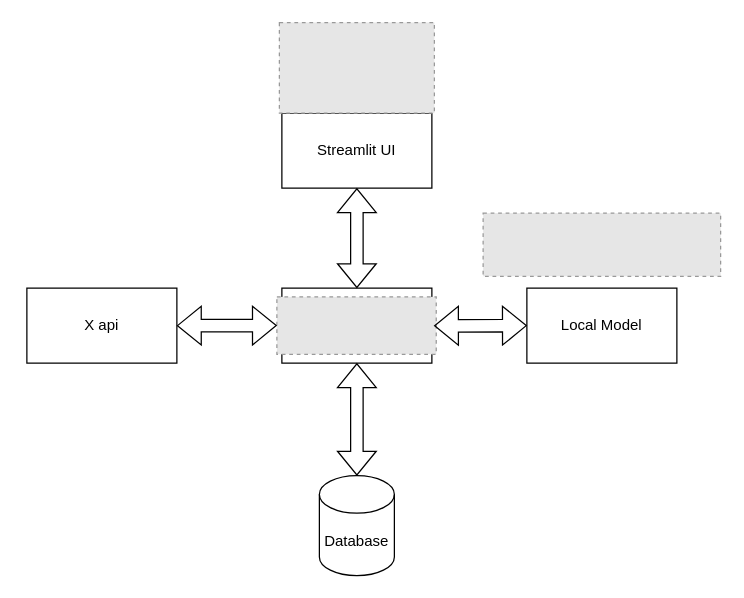
Above: OCP_diagram.drawio in Chajf/OCP_Project (draw.io), before the change. Source tidied: cells renumbered, new cells numbered last; positions are measured from the earlier drawing's top-left corner, leaving out a move shared by most shapes. Both pictures are drawn from the tidied source at 125%, with x=0, y=0 at pixel (26, 21). Pictures stored in the file or linked from it are replaced by grey dashed boxes.
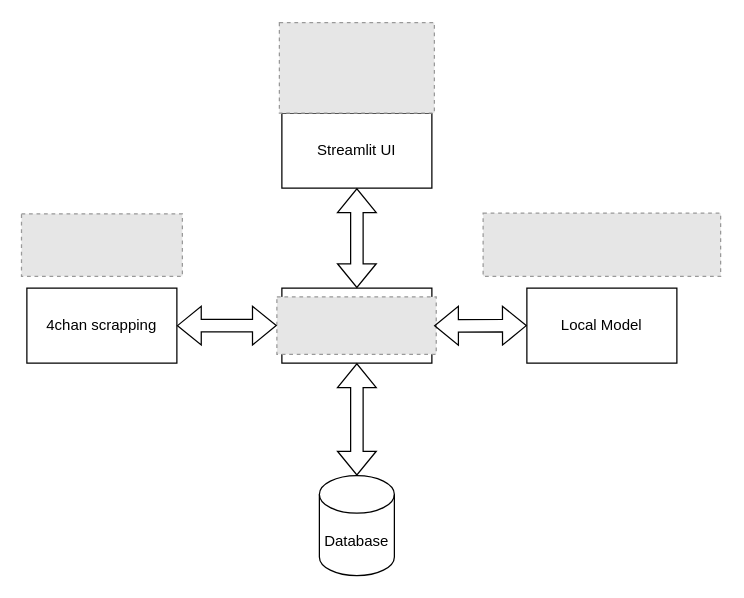
The same diagram, later.

What changed in the source:
```diff
@@
 <mxGraphModel>
   <root>
     <mxCell id="0" />
     <mxCell id="1" parent="0" />
     <mxCell id="2" value="Streamlit UI" style="rounded=0;whiteSpace=wrap;html=1;" parent="1" vertex="1">
       <mxGeometry x="204" y="73" width="120" height="60" as="geometry" />
     </mxCell>
     <mxCell id="3" style="fillColor=#E6E6E6;strokeColor=#999999;dashed=1;verticalLabelPosition=bottom;labelBackgroundColor=default;verticalAlign=top;" parent="1" vertex="1">
       <mxGeometry x="202" y="0.5" width="124" height="72.5" as="geometry" />
     </mxCell>
     <mxCell id="4" style="rounded=0;whiteSpace=wrap;html=1;" parent="1" vertex="1">
       <mxGeometry x="204" y="213" width="120" height="60" as="geometry" />
     </mxCell>
     <mxCell id="5" style="fillColor=#E6E6E6;strokeColor=#999999;dashed=1;verticalLabelPosition=bottom;labelBackgroundColor=default;verticalAlign=top;" parent="1" vertex="1">
       <mxGeometry x="200" y="220" width="127.5" height="45.9" as="geometry" />
     </mxCell>
-    <mxCell id="6" value="X api" style="rounded=0;whiteSpace=wrap;html=1;" parent="1" vertex="1">
+    <mxCell id="6" value="4chan scrapping" style="rounded=0;whiteSpace=wrap;html=1;" parent="1" vertex="1">
       <mxGeometry y="213" width="120" height="60" as="geometry" />
     </mxCell>
     <mxCell id="7" value="Local Model" style="rounded=0;whiteSpace=wrap;html=1;" parent="1" vertex="1">
       <mxGeometry x="400" y="213" width="120" height="60" as="geometry" />
     </mxCell>
     <mxCell id="8" style="fillColor=#E6E6E6;strokeColor=#999999;dashed=1;verticalLabelPosition=bottom;labelBackgroundColor=default;verticalAlign=top;" parent="1" vertex="1">
       <mxGeometry x="365" y="153" width="190" height="50.5" as="geometry" />
     </mxCell>
     <mxCell id="9" value="Database" style="shape=cylinder3;whiteSpace=wrap;html=1;boundedLbl=1;backgroundOutline=1;size=15;" parent="1" vertex="1">
       <mxGeometry x="234" y="363" width="60" height="80" as="geometry" />
     </mxCell>
     <mxCell id="10" style="shape=flexArrow;endArrow=classic;startArrow=classic;html=1;rounded=0;exitX=1;exitY=0.5;exitDx=0;exitDy=0;" parent="1" edge="1" source="6" target="5">
       <mxGeometry relative="1" as="geometry" />
     </mxCell>
     <mxCell id="11" style="shape=flexArrow;endArrow=classic;startArrow=classic;html=1;rounded=0;entryX=0.5;entryY=1;entryDx=0;entryDy=0;" parent="1" edge="1" target="2">
       <mxGeometry relative="1" as="geometry">
         <mxPoint x="264" y="213" as="sourcePoint" />
       </mxGeometry>
     </mxCell>
     <mxCell id="12" style="shape=flexArrow;endArrow=classic;startArrow=classic;html=1;rounded=0;entryX=0;entryY=0.5;entryDx=0;entryDy=0;exitX=0.986;exitY=0.504;exitDx=0;exitDy=0;exitPerimeter=0;" parent="1" edge="1" source="5" target="7">
       <mxGeometry relative="1" as="geometry" />
     </mxCell>
     <mxCell id="13" style="shape=flexArrow;endArrow=classic;startArrow=classic;html=1;rounded=0;exitX=0.5;exitY=0;exitDx=0;exitDy=0;exitPerimeter=0;entryX=0.5;entryY=1;entryDx=0;entryDy=0;" parent="1" edge="1" source="9" target="4">
       <mxGeometry relative="1" as="geometry" />
     </mxCell>
+    <mxCell id="14" style="fillColor=#E6E6E6;strokeColor=#999999;dashed=1;verticalLabelPosition=bottom;labelBackgroundColor=default;verticalAlign=top;" parent="1" vertex="1">
+      <mxGeometry x="-4.3" y="153.5" width="128.7" height="50" as="geometry" />
+    </mxCell>
   </root>
 </mxGraphModel>
```
